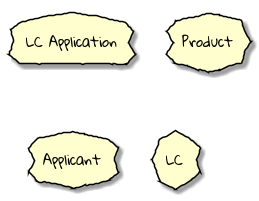
The PlantUML diagram images/potential-aggregates.png in ddd-book-java/prem-website, before a commit.
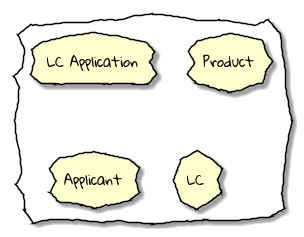
Later version of the same file.

What changed in the source:
```diff
@@ -1,8 +1,10 @@
 @startuml
 skinparam handwritten true
 skinparam CloudFontName "Gloria Hallelujah"
+cloud {
 cloud "LC Application"
 cloud Product
 cloud Applicant
 cloud LC
+}
 @enduml
```
